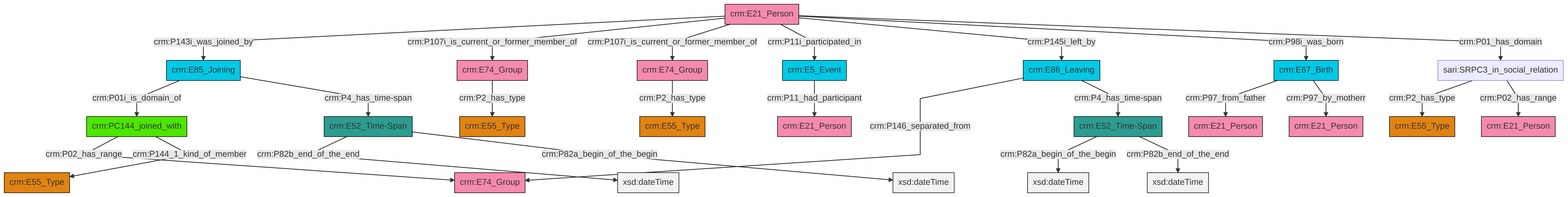
The Mermaid diagram et/personCSV/ttl/mmd/png/Person_Actor_Relations.png in swiss-art-research-net/reference-data-models, before a commit. Its source is kept beside it as et/personCSV/ttl/mmd/Person_Actor_Relations.ttl.mmd.
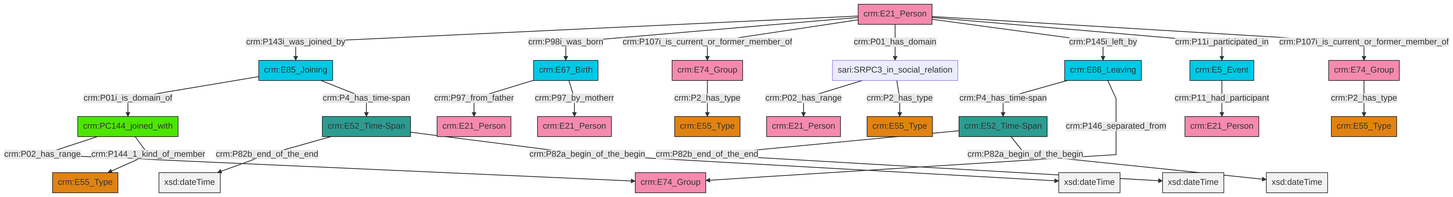
The same diagram one commit later.

Diff of the diagram source:
```diff
@@ -13,27 +13,27 @@
 classDef PC_Classes fill:#4ce600, stroke:#000000;
 classDef Multi fill:#cccccc,stroke:#000000;
 
-0["crm:E74_Group"]:::Actor -->|crm:P2_has_type| 1["crm:E55_Type"]:::Type
-4["crm:E21_Person"]:::Actor -->|crm:P143i_was_joined_by| 5["crm:E85_Joining"]:::Temporal_Entity
-4["crm:E21_Person"]:::Actor -->|crm:P107i_is_current_or_former_member_of| 6["crm:E74_Group"]:::Actor
-4["crm:E21_Person"]:::Actor -->|crm:P107i_is_current_or_former_member_of| 0["crm:E74_Group"]:::Actor
-15["crm:PC144_joined_with"]:::PC_Classes -->|crm:P02_has_range| 10["crm:E74_Group"]:::Actor
-2["crm:E52_Time-Span"]:::Time-Span -->|crm:P82b_end_of_the_end| 18[xsd:dateTime]:::Literal
-4["crm:E21_Person"]:::Actor -->|crm:P11i_participated_in| 22["crm:E5_Event"]:::Temporal_Entity
-20["crm:E67_Birth"]:::Temporal_Entity -->|crm:P97_from_father| 23["crm:E21_Person"]:::Actor
-22["crm:E5_Event"]:::Temporal_Entity -->|crm:P11_had_participant| 24["crm:E21_Person"]:::Actor
-4["crm:E21_Person"]:::Actor -->|crm:P145i_left_by| 27["crm:E86_Leaving"]:::Temporal_Entity
-8["crm:E52_Time-Span"]:::Time-Span -->|crm:P82a_begin_of_the_begin| 28[xsd:dateTime]:::Literal
-4["crm:E21_Person"]:::Actor -->|crm:P98i_was_born| 20["crm:E67_Birth"]:::Temporal_Entity
-27["crm:E86_Leaving"]:::Temporal_Entity -->|crm:P146_separated_from| 10["crm:E74_Group"]:::Actor
-36["sari:SRPC3_in_social_relation"]:::Default -->|crm:P2_has_type| 31["crm:E55_Type"]:::Type
-27["crm:E86_Leaving"]:::Temporal_Entity -->|crm:P4_has_time-span| 8["crm:E52_Time-Span"]:::Time-Span
-4["crm:E21_Person"]:::Actor -->|crm:P01_has_domain| 36["sari:SRPC3_in_social_relation"]:::Default
-6["crm:E74_Group"]:::Actor -->|crm:P2_has_type| 34["crm:E55_Type"]:::Type
-2["crm:E52_Time-Span"]:::Time-Span -->|crm:P82a_begin_of_the_begin| 39[xsd:dateTime]:::Literal
-8["crm:E52_Time-Span"]:::Time-Span -->|crm:P82b_end_of_the_end| 41[xsd:dateTime]:::Literal
-5["crm:E85_Joining"]:::Temporal_Entity -->|crm:P01i_is_domain_of| 15["crm:PC144_joined_with"]:::PC_Classes
-36["sari:SRPC3_in_social_relation"]:::Default -->|crm:P02_has_range| 37["crm:E21_Person"]:::Actor
-20["crm:E67_Birth"]:::Temporal_Entity -->|crm:P97_by_motherr| 13["crm:E21_Person"]:::Actor
-15["crm:PC144_joined_with"]:::PC_Classes -->|crm:P144_1_kind_of_member| 16["crm:E55_Type"]:::Type
-5["crm:E85_Joining"]:::Temporal_Entity -->|crm:P4_has_time-span| 2["crm:E52_Time-Span"]:::Time-Span
+0["crm:PC144_joined_with"]:::PC_Classes -->|crm:P02_has_range| 1["crm:E74_Group"]:::Actor
+2["crm:E52_Time-Span"]:::Time-Span -->|crm:P82b_end_of_the_end| 3[xsd:dateTime]:::Literal
+4["crm:E74_Group"]:::Actor -->|crm:P2_has_type| 5["crm:E55_Type"]:::Type
+8["crm:E52_Time-Span"]:::Time-Span -->|crm:P82b_end_of_the_end| 9[xsd:dateTime]:::Literal
+2["crm:E52_Time-Span"]:::Time-Span -->|crm:P82a_begin_of_the_begin| 12[xsd:dateTime]:::Literal
+8["crm:E52_Time-Span"]:::Time-Span -->|crm:P82a_begin_of_the_begin| 13[xsd:dateTime]:::Literal
+14["crm:E21_Person"]:::Actor -->|crm:P143i_was_joined_by| 15["crm:E85_Joining"]:::Temporal_Entity
+16["sari:SRPC3_in_social_relation"]:::Default -->|crm:P02_has_range| 17["crm:E21_Person"]:::Actor
+0["crm:PC144_joined_with"]:::PC_Classes -->|crm:P144_1_kind_of_member| 10["crm:E55_Type"]:::Type
+6["crm:E86_Leaving"]:::Temporal_Entity -->|crm:P4_has_time-span| 2["crm:E52_Time-Span"]:::Time-Span
+14["crm:E21_Person"]:::Actor -->|crm:P98i_was_born| 19["crm:E67_Birth"]:::Temporal_Entity
+20["crm:E74_Group"]:::Actor -->|crm:P2_has_type| 21["crm:E55_Type"]:::Type
+14["crm:E21_Person"]:::Actor -->|crm:P107i_is_current_or_former_member_of| 4["crm:E74_Group"]:::Actor
+14["crm:E21_Person"]:::Actor -->|crm:P01_has_domain| 16["sari:SRPC3_in_social_relation"]:::Default
+33["crm:E5_Event"]:::Temporal_Entity -->|crm:P11_had_participant| 35["crm:E21_Person"]:::Actor
+6["crm:E86_Leaving"]:::Temporal_Entity -->|crm:P146_separated_from| 1["crm:E74_Group"]:::Actor
+14["crm:E21_Person"]:::Actor -->|crm:P145i_left_by| 6["crm:E86_Leaving"]:::Temporal_Entity
+15["crm:E85_Joining"]:::Temporal_Entity -->|crm:P01i_is_domain_of| 0["crm:PC144_joined_with"]:::PC_Classes
+19["crm:E67_Birth"]:::Temporal_Entity -->|crm:P97_from_father| 30["crm:E21_Person"]:::Actor
+19["crm:E67_Birth"]:::Temporal_Entity -->|crm:P97_by_motherr| 26["crm:E21_Person"]:::Actor
+16["sari:SRPC3_in_social_relation"]:::Default -->|crm:P2_has_type| 36["crm:E55_Type"]:::Type
+14["crm:E21_Person"]:::Actor -->|crm:P11i_participated_in| 33["crm:E5_Event"]:::Temporal_Entity
+14["crm:E21_Person"]:::Actor -->|crm:P107i_is_current_or_former_member_of| 20["crm:E74_Group"]:::Actor
+15["crm:E85_Joining"]:::Temporal_Entity -->|crm:P4_has_time-span| 8["crm:E52_Time-Span"]:::Time-Span
```
